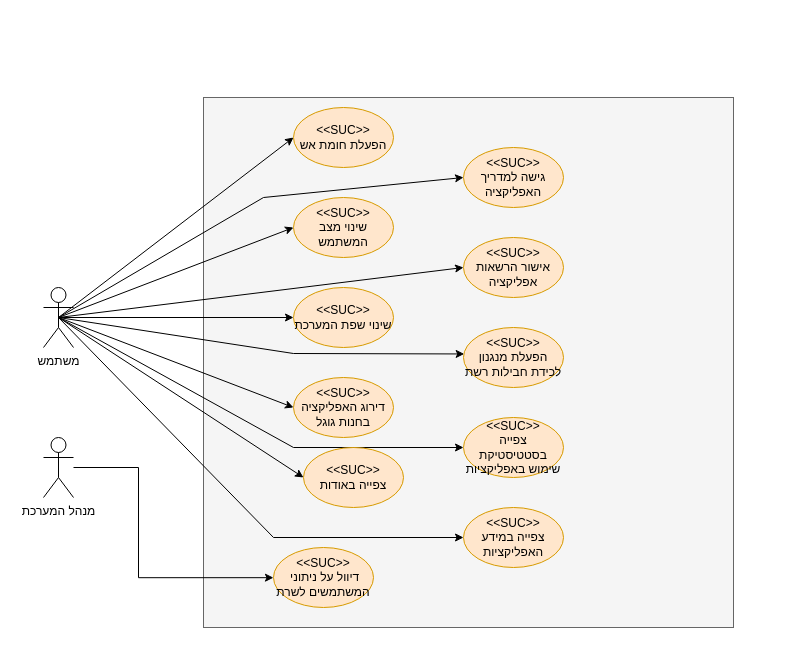
devmf027/CyberWall keeps this draw.io diagram as SRS/activity_diagrams/SUC diagram.drawio. Above is the earlier version. Source tidied: cells renumbered, new cells numbered last; positions are measured from the earlier drawing's top-left corner, leaving out a move shared by most shapes. Both pictures are drawn from the tidied source at 100%, with x=0, y=0 at pixel (43, 97).
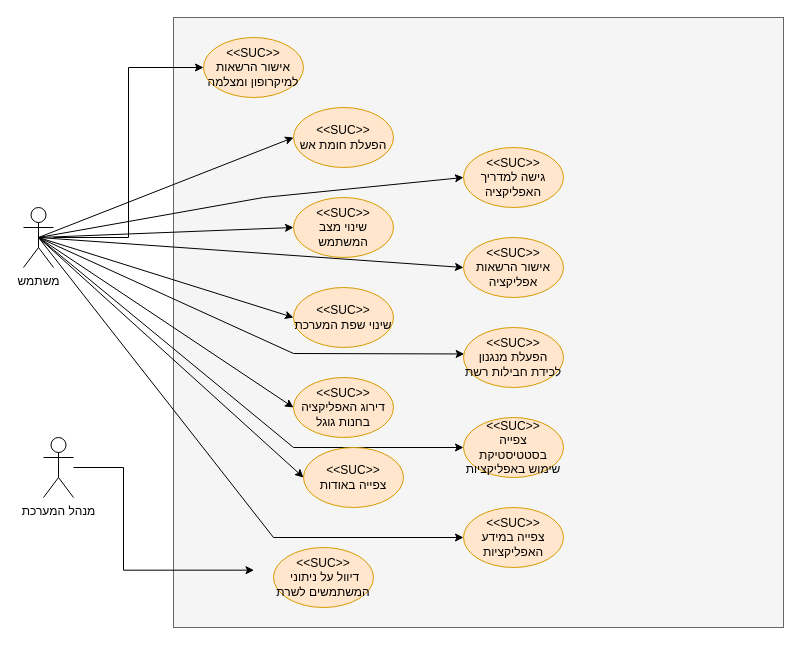
The same page after the edit.

The edit, as a diff of the source:
```diff
@@
     <mxCell id="2" style="whiteSpace=wrap;html=1;fillColor=#f5f5f5;fontColor=#333333;strokeColor=#666666;" parent="1" vertex="1">
-      <mxGeometry x="160" width="530" height="530" as="geometry" />
+      <mxGeometry x="130" y="-80" width="610" height="610" as="geometry" />
     </mxCell>
+    <mxCell id="27" style="edgeStyle=orthogonalEdgeStyle;rounded=0;jettySize=auto;html=1;entryX=0;entryY=0.5;entryDx=0;entryDy=0;" parent="1" edge="1" source="3" target="28">
+      <mxGeometry relative="1" as="geometry" />
+    </mxCell>
     <mxCell id="3" value="משתמש" style="shape=umlActor;verticalLabelPosition=bottom;verticalAlign=top;html=1;outlineConnect=0;" parent="1" vertex="1">
-      <mxGeometry y="190" width="30" height="60" as="geometry" />
+      <mxGeometry x="-20" y="110" width="30" height="60" as="geometry" />
     </mxCell>
@@
+    <mxCell id="28" value="&lt;font style=&quot;font-size: 12px&quot;&gt;&amp;lt;&amp;lt;SUC&amp;gt;&amp;gt;&lt;br&gt;אישור הרשאות למיקרופון ומצלמה&lt;br&gt;&lt;/font&gt;" style="ellipse;whiteSpace=wrap;html=1;fillColor=#ffe6cc;strokeColor=#d79b00;" parent="1" vertex="1">
+      <mxGeometry x="160" y="-60" width="100" height="60" as="geometry" />
+    </mxCell>
```
